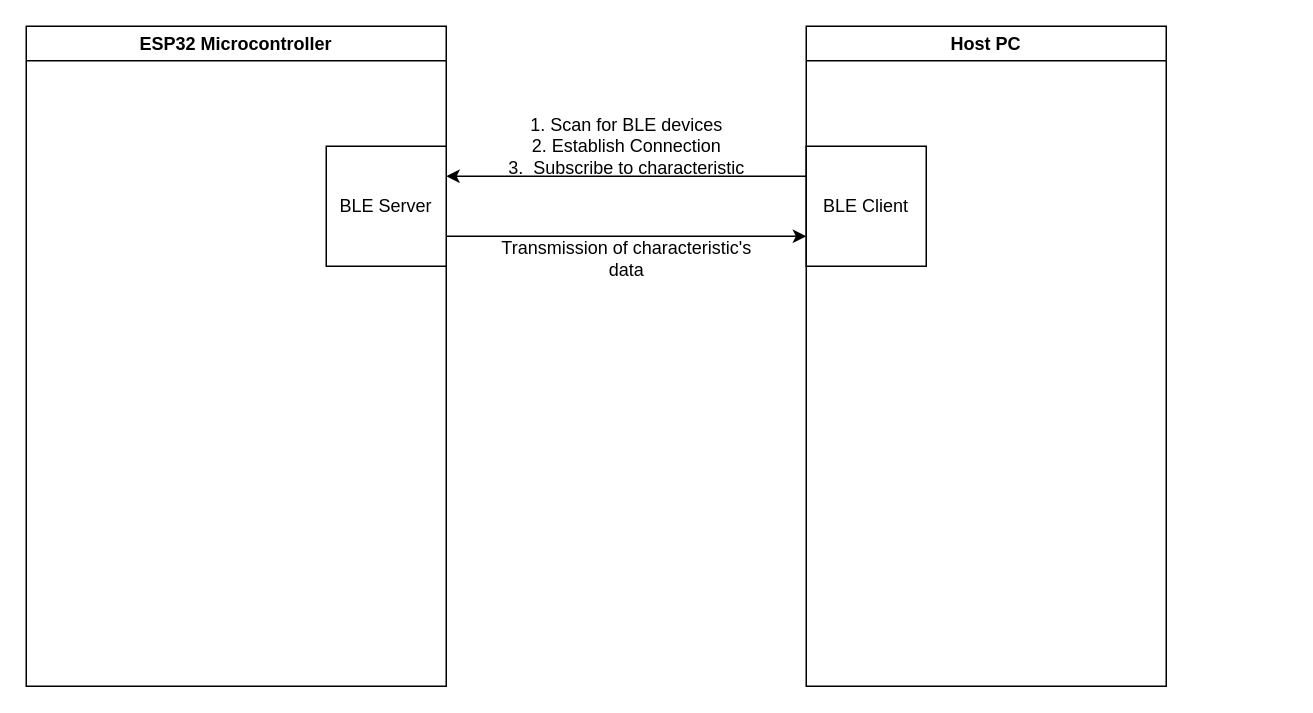
This is functional_diagram_477.drawio from herbertbruyn/ECE477_HydraWise, a draw.io file, before an edit. Source tidied: cells renumbered, new cells numbered last; positions are measured from the earlier drawing's top-left corner, leaving out a move shared by most shapes. Both pictures are drawn from the tidied source at 150%, with x=0, y=0 at pixel (26, 26).
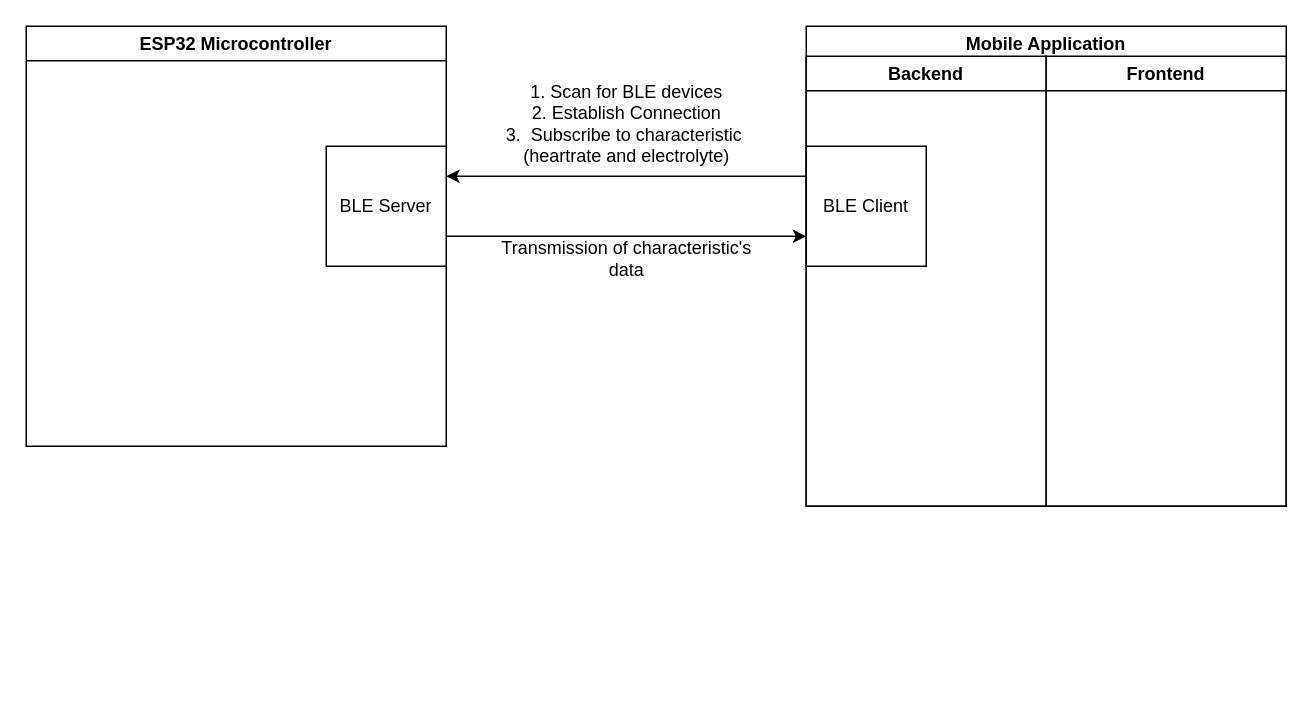
After the change.

The edit, as a diff of the source:
```diff
@@
 <mxGraphModel>
   <root>
     <mxCell id="0" />
     <mxCell id="1" parent="0" />
-    <mxCell id="2" value="Host PC" style="swimlane;" parent="1" vertex="1">
-      <mxGeometry x="520" width="240" height="440" as="geometry" />
+    <mxCell id="2" value="Mobile Application" style="swimlane;" parent="1" vertex="1">
+      <mxGeometry x="520" width="320" height="320" as="geometry" />
     </mxCell>
     <mxCell id="3" value="BLE Client" style="whiteSpace=wrap;html=1;" parent="2" vertex="1">
       <mxGeometry y="80" width="80" height="80" as="geometry" />
     </mxCell>
+    <mxCell id="10" value="Backend" style="swimlane;" parent="2" vertex="1">
+      <mxGeometry y="20" width="160" height="300" as="geometry" />
+    </mxCell>
     <mxCell id="4" value="ESP32 Microcontroller" style="swimlane;" parent="1" vertex="1">
-      <mxGeometry width="280" height="440" as="geometry" />
+      <mxGeometry width="280" height="280" as="geometry" />
     </mxCell>
     <mxCell id="5" value="BLE Server" style="whiteSpace=wrap;html=1;" parent="4" vertex="1">
       <mxGeometry x="200" y="80" width="80" height="80" as="geometry" />
     </mxCell>
     <mxCell id="6" style="edgeStyle=orthogonalEdgeStyle;rounded=0;jettySize=auto;html=1;exitX=0;exitY=0.25;exitDx=0;exitDy=0;entryX=1;entryY=0.25;entryDx=0;entryDy=0;" parent="1" edge="1" source="3" target="5">
       <mxGeometry relative="1" as="geometry" />
     </mxCell>
     <mxCell id="7" style="edgeStyle=orthogonalEdgeStyle;rounded=0;jettySize=auto;html=1;exitX=1;exitY=0.75;exitDx=0;exitDy=0;entryX=0;entryY=0.75;entryDx=0;entryDy=0;" parent="1" edge="1" source="5" target="3">
       <mxGeometry relative="1" as="geometry" />
     </mxCell>
     <mxCell id="8" value="Transmission of characteristic's&lt;div&gt;data&lt;/div&gt;" style="text;html=1;align=center;verticalAlign=middle;strokeColor=none;fillColor=none;" parent="1" vertex="1">
       <mxGeometry x="305" y="135" width="190" height="40" as="geometry" />
     </mxCell>
-    <mxCell id="9" value="1. Scan for BLE devices&lt;div&gt;2. Establish Connection&lt;/div&gt;&lt;div&gt;3.&amp;nbsp; Subscribe to characteristic&lt;/div&gt;" style="text;html=1;align=center;verticalAlign=middle;strokeColor=none;fillColor=none;" parent="1" vertex="1">
-      <mxGeometry x="310" y="50" width="180" height="60" as="geometry" />
+    <mxCell id="9" value="1. Scan for BLE devices&lt;div&gt;2. Establish Connection&lt;/div&gt;&lt;div&gt;3.&amp;nbsp; Subscribe to characteristic&amp;nbsp;&lt;/div&gt;&lt;div&gt;(heartrate and electrolyte)&lt;/div&gt;" style="text;html=1;align=center;verticalAlign=middle;strokeColor=none;fillColor=none;" parent="1" vertex="1">
+      <mxGeometry x="310" y="30" width="180" height="70" as="geometry" />
     </mxCell>
+    <mxCell id="11" value="Frontend" style="swimlane;startSize=23;" parent="1" vertex="1">
+      <mxGeometry x="680" y="20" width="160" height="300" as="geometry" />
+    </mxCell>
   </root>
 </mxGraphModel>
```
